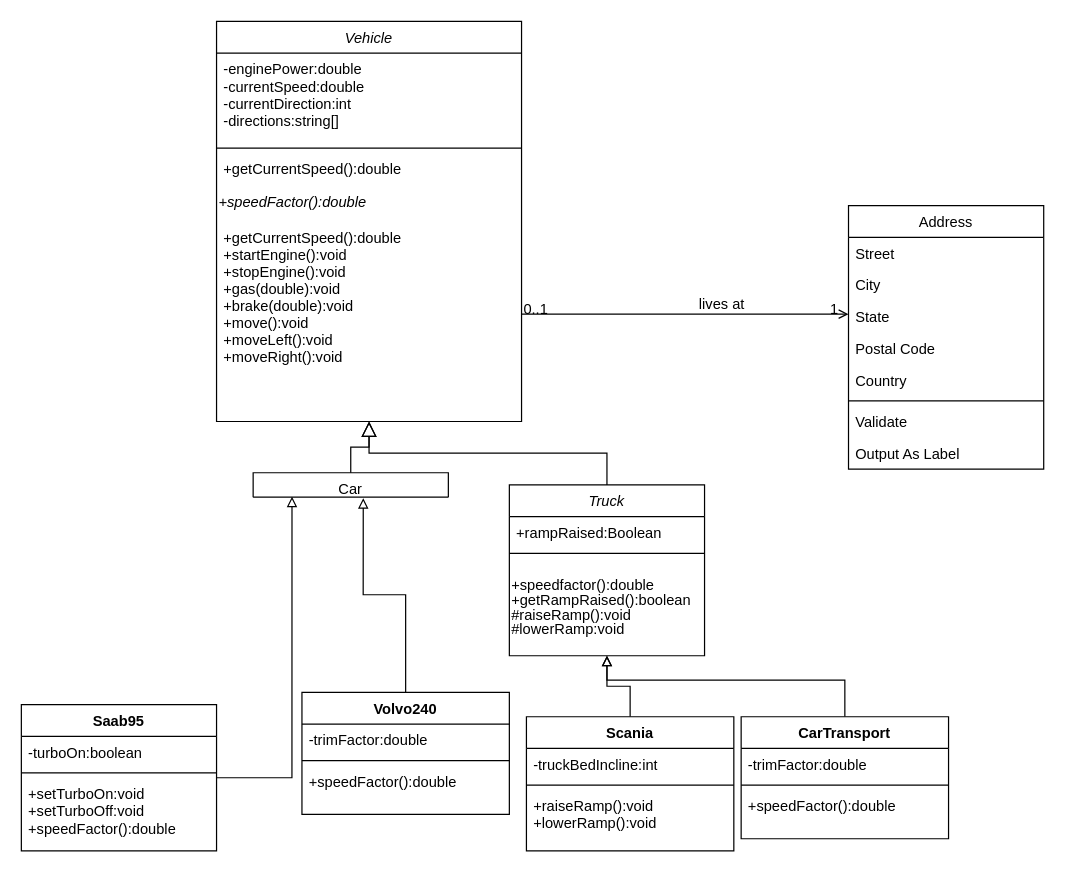
Gralen0/lab4 keeps this draw.io diagram as lab3_uml1_klassdiagram.drawio. Above is the earlier version. Source tidied: cells renumbered, new cells numbered last; positions are measured from the earlier drawing's top-left corner, leaving out a move shared by most shapes. Both pictures are drawn from the tidied source at 122%, with x=0, y=0 at pixel (21, 21).
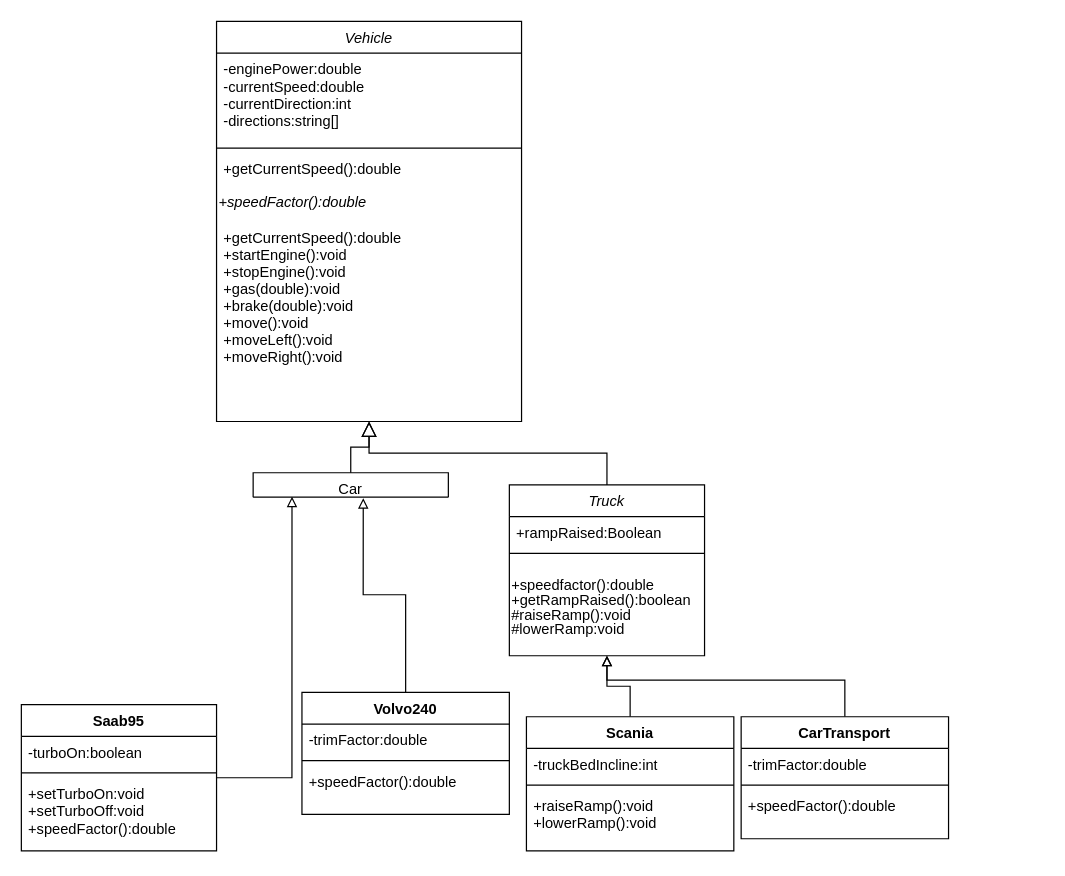
Above is the later version.

The change refers to these unchanged cells:
```xml
<mxCell id="2" value="Vehicle" style="swimlane;fontStyle=2;align=center;verticalAlign=top;horizontal=1;startSize=26;rounded=0;shadow=0;strokeWidth=1;" parent="1" vertex="1">
  <mxGeometry x="160" width="250" height="328" as="geometry" />
</mxCell>
```

Diff of the diagram source:
```diff
@@
-    <mxCell id="15" value="Address" style="swimlane;fontStyle=0;align=center;verticalAlign=top;horizontal=1;startSize=26;rounded=0;shadow=0;strokeWidth=1;" parent="1" vertex="1">
-      <mxGeometry x="678" y="151" width="160" height="216" as="geometry" />
-    </mxCell>
-    <mxCell id="16" value="Street" style="text;align=left;verticalAlign=top;spacingLeft=4;spacingRight=4;overflow=hidden;" parent="15" vertex="1">
-      <mxGeometry y="26" width="160" height="26" as="geometry" />
-    </mxCell>
-    <mxCell id="17" value="City" style="text;align=left;verticalAlign=top;spacingLeft=4;spacingRight=4;overflow=hidden;rounded=0;shadow=0;html=0;" parent="15" vertex="1">
-      <mxGeometry y="52" width="160" height="26" as="geometry" />
-    </mxCell>
-    <mxCell id="18" value="State" style="text;align=left;verticalAlign=top;spacingLeft=4;spacingRight=4;overflow=hidden;rounded=0;shadow=0;html=0;" parent="15" vertex="1">
-      <mxGeometry y="78" width="160" height="26" as="geometry" />
-    </mxCell>
-    <mxCell id="19" value="Postal Code" style="text;align=left;verticalAlign=top;spacingLeft=4;spacingRight=4;overflow=hidden;rounded=0;shadow=0;html=0;" parent="15" vertex="1">
-      <mxGeometry y="104" width="160" height="26" as="geometry" />
-    </mxCell>
-    <mxCell id="20" value="Country" style="text;align=left;verticalAlign=top;spacingLeft=4;spacingRight=4;overflow=hidden;rounded=0;shadow=0;html=0;" parent="15" vertex="1">
-      <mxGeometry y="130" width="160" height="26" as="geometry" />
-    </mxCell>
-    <mxCell id="21" style="line;html=1;strokeWidth=1;align=left;verticalAlign=middle;spacingTop=-1;spacingLeft=3;spacingRight=3;labelPosition=right;" parent="15" vertex="1">
-      <mxGeometry y="156" width="160" height="8" as="geometry" />
-    </mxCell>
-    <mxCell id="22" value="Validate" style="text;align=left;verticalAlign=top;spacingLeft=4;spacingRight=4;overflow=hidden;" parent="15" vertex="1">
-      <mxGeometry y="164" width="160" height="26" as="geometry" />
-    </mxCell>
-    <mxCell id="23" value="Output As Label" style="text;align=left;verticalAlign=top;spacingLeft=4;spacingRight=4;overflow=hidden;" parent="15" vertex="1">
-      <mxGeometry y="190" width="160" height="26" as="geometry" />
-    </mxCell>
-    <mxCell id="24" style="endArrow=open;shadow=0;strokeWidth=1;rounded=0;endFill=1;edgeStyle=elbowEdgeStyle;elbow=vertical;" parent="1" edge="1" source="2" target="15">
-      <mxGeometry x="0.5" y="41" relative="1" as="geometry">
-        <mxPoint x="-40" y="32" as="offset" />
-      </mxGeometry>
-    </mxCell>
-    <mxCell id="25" value="0..1" style="align=left;verticalAlign=bottom;labelBackgroundColor=none;fontSize=12;" parent="24" vertex="1">
-      <mxGeometry x="-1" relative="1" as="geometry">
-        <mxPoint y="4" as="offset" />
-      </mxGeometry>
-    </mxCell>
-    <mxCell id="26" value="1" style="align=right;verticalAlign=bottom;labelBackgroundColor=none;fontSize=12;" parent="24" vertex="1">
-      <mxGeometry x="1" relative="1" as="geometry">
-        <mxPoint x="-7" y="4" as="offset" />
-      </mxGeometry>
-    </mxCell>
-    <mxCell id="27" value="lives at" style="text;html=1;align=center;verticalAlign=middle;labelBackgroundColor=none;rounded=0;shadow=0;strokeWidth=1;fontSize=12;" parent="24" vertex="1">
-      <mxGeometry x="0.5" y="49" relative="1" as="geometry">
-        <mxPoint x="-38" y="40" as="offset" />
-      </mxGeometry>
-    </mxCell>
```
